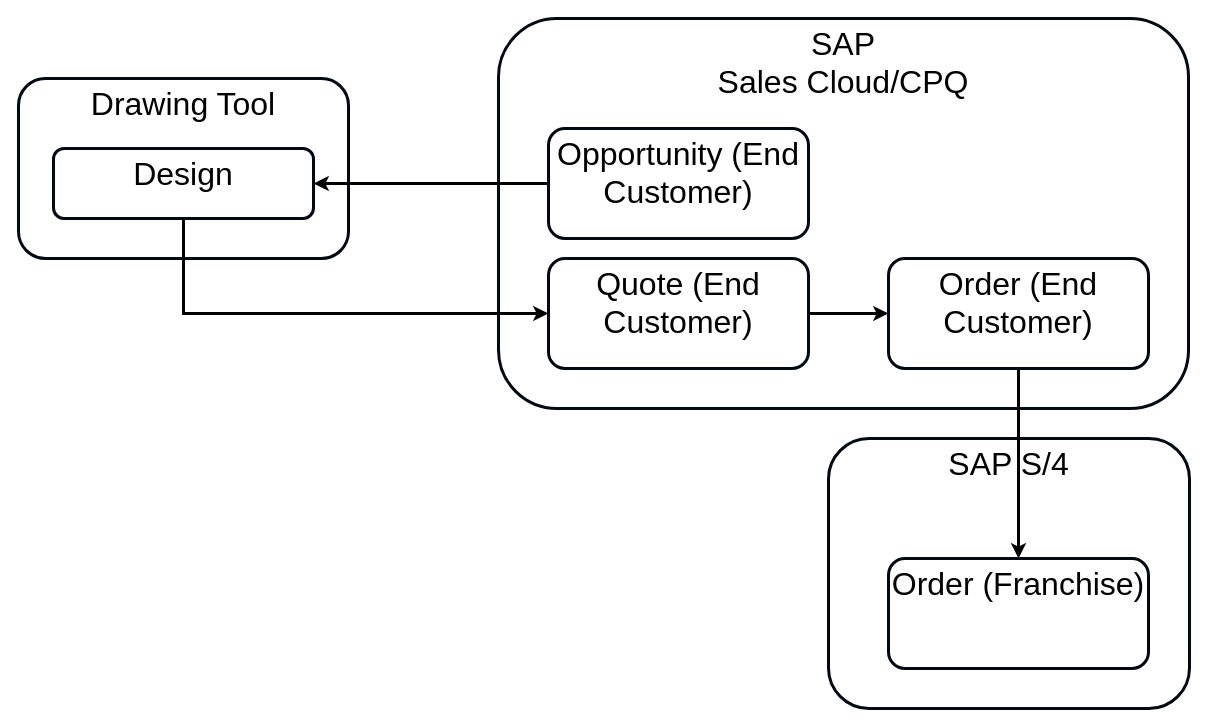
The draw.io diagram page "Quote to Order Flow Alt" (8 of 10) of Franchise.drawio in mrf742002/Diagrams, before the edit. Source tidied: cells renumbered, new cells numbered last; positions are measured from the earlier drawing's top-left corner, leaving out a move shared by most shapes. Both pictures are drawn from the tidied source at 100%, with x=0, y=0 at pixel (18, 18).
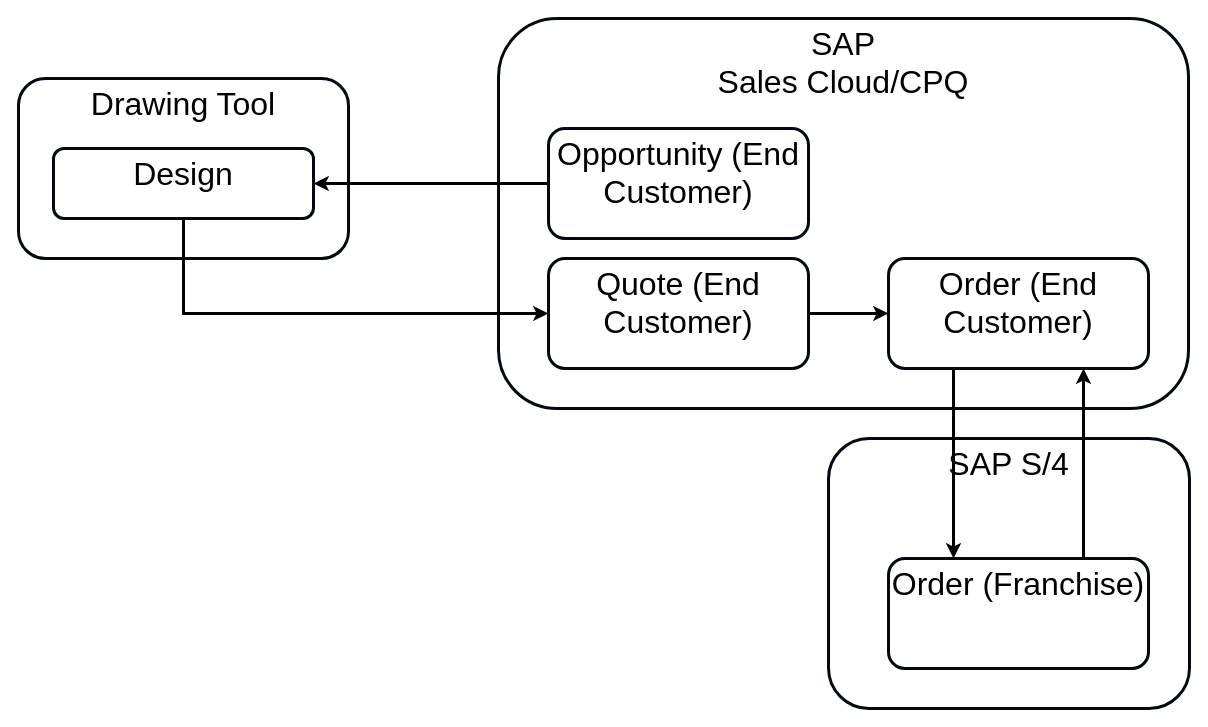
After the change.

Diff of the diagram source:
```diff
@@
 <mxGraphModel>
   <root>
     <mxCell id="0" />
     <mxCell id="1" parent="0" />
     <mxCell id="2" value="&lt;span style=&quot;font-size: 32px&quot;&gt;SAP S/4&lt;/span&gt;" style="rounded=1;whiteSpace=wrap;html=1;verticalAlign=top;strokeWidth=3;strokeColor=#020912;" parent="1" vertex="1">
       <mxGeometry x="810" y="420" width="361" height="270" as="geometry" />
     </mxCell>
     <mxCell id="3" value="&lt;font style=&quot;font-size: 32px&quot;&gt;SAP &lt;br&gt;Sales Cloud/CPQ&lt;/font&gt;" style="rounded=1;whiteSpace=wrap;html=1;verticalAlign=top;strokeWidth=3;strokeColor=#020912;" parent="1" vertex="1">
       <mxGeometry x="480" width="690" height="390" as="geometry" />
     </mxCell>
     <mxCell id="4" value="&lt;font style=&quot;font-size: 32px&quot;&gt;Drawing Tool&lt;br&gt;&lt;/font&gt;" style="rounded=1;whiteSpace=wrap;html=1;verticalAlign=top;strokeWidth=3;strokeColor=#020912;" parent="1" vertex="1">
       <mxGeometry y="60" width="330" height="180" as="geometry" />
     </mxCell>
     <mxCell id="5" style="edgeStyle=orthogonalEdgeStyle;rounded=0;jettySize=auto;html=1;exitX=1;exitY=0.5;exitDx=0;exitDy=0;entryX=0;entryY=0.5;entryDx=0;entryDy=0;fontSize=14;startArrow=none;startFill=0;endArrow=classic;endFill=1;strokeWidth=3;" parent="1" edge="1" source="6" target="12">
       <mxGeometry relative="1" as="geometry" />
     </mxCell>
     <mxCell id="6" value="&lt;span style=&quot;font-size: 32px&quot;&gt;Quote (End Customer)&lt;/span&gt;" style="rounded=1;whiteSpace=wrap;html=1;verticalAlign=top;strokeWidth=3;strokeColor=#020912;" parent="1" vertex="1">
       <mxGeometry x="530" y="240" width="260" height="110" as="geometry" />
     </mxCell>
     <mxCell id="7" style="edgeStyle=orthogonalEdgeStyle;rounded=0;jettySize=auto;html=1;exitX=0;exitY=0.5;exitDx=0;exitDy=0;entryX=1;entryY=0.5;entryDx=0;entryDy=0;fontSize=14;startArrow=none;startFill=0;endArrow=classic;endFill=1;strokeWidth=3;" parent="1" edge="1" source="8" target="9">
       <mxGeometry relative="1" as="geometry" />
     </mxCell>
     <mxCell id="8" value="&lt;span style=&quot;font-size: 32px&quot;&gt;Opportunity (End Customer)&lt;/span&gt;" style="rounded=1;whiteSpace=wrap;html=1;verticalAlign=top;strokeWidth=3;strokeColor=#020912;" parent="1" vertex="1">
       <mxGeometry x="530" y="110" width="260" height="110" as="geometry" />
     </mxCell>
     <mxCell id="9" value="&lt;span style=&quot;font-size: 32px&quot;&gt;Design&lt;/span&gt;" style="rounded=1;whiteSpace=wrap;html=1;verticalAlign=top;strokeWidth=3;strokeColor=#020912;" parent="1" vertex="1">
       <mxGeometry x="35" y="130" width="260" height="70" as="geometry" />
     </mxCell>
     <mxCell id="10" style="edgeStyle=orthogonalEdgeStyle;rounded=0;jettySize=auto;html=1;fontSize=14;startArrow=none;startFill=0;endArrow=classic;endFill=1;entryX=0;entryY=0.5;entryDx=0;entryDy=0;exitX=0.5;exitY=1;exitDx=0;exitDy=0;strokeWidth=3;" parent="1" edge="1" source="9" target="6">
       <mxGeometry relative="1" as="geometry" />
     </mxCell>
-    <mxCell id="11" style="edgeStyle=none;rounded=0;jettySize=auto;html=1;exitX=0.5;exitY=1;exitDx=0;exitDy=0;strokeWidth=3;" parent="1" edge="1" source="12" target="13">
+    <mxCell id="11" style="edgeStyle=none;rounded=0;jettySize=auto;html=1;exitX=0.25;exitY=1;exitDx=0;exitDy=0;strokeWidth=3;entryX=0.25;entryY=0;entryDx=0;entryDy=0;" parent="1" edge="1" source="12" target="13">
       <mxGeometry relative="1" as="geometry" />
     </mxCell>
     <mxCell id="12" value="&lt;span style=&quot;font-size: 32px&quot;&gt;Order (End Customer)&lt;/span&gt;" style="rounded=1;whiteSpace=wrap;html=1;verticalAlign=top;strokeWidth=3;strokeColor=#020912;" parent="1" vertex="1">
       <mxGeometry x="870" y="240" width="260" height="110" as="geometry" />
     </mxCell>
+    <mxCell id="14" style="edgeStyle=orthogonalEdgeStyle;rounded=0;jettySize=auto;html=1;exitX=0.75;exitY=0;exitDx=0;exitDy=0;entryX=0.75;entryY=1;entryDx=0;entryDy=0;strokeWidth=3;" parent="1" edge="1" source="13" target="12">
+      <mxGeometry relative="1" as="geometry" />
+    </mxCell>
     <mxCell id="13" value="&lt;span style=&quot;font-size: 32px&quot;&gt;Order (Franchise)&lt;/span&gt;" style="rounded=1;whiteSpace=wrap;html=1;verticalAlign=top;strokeWidth=3;strokeColor=#020912;" parent="1" vertex="1">
       <mxGeometry x="870" y="540" width="260" height="110" as="geometry" />
     </mxCell>
   </root>
 </mxGraphModel>
```
